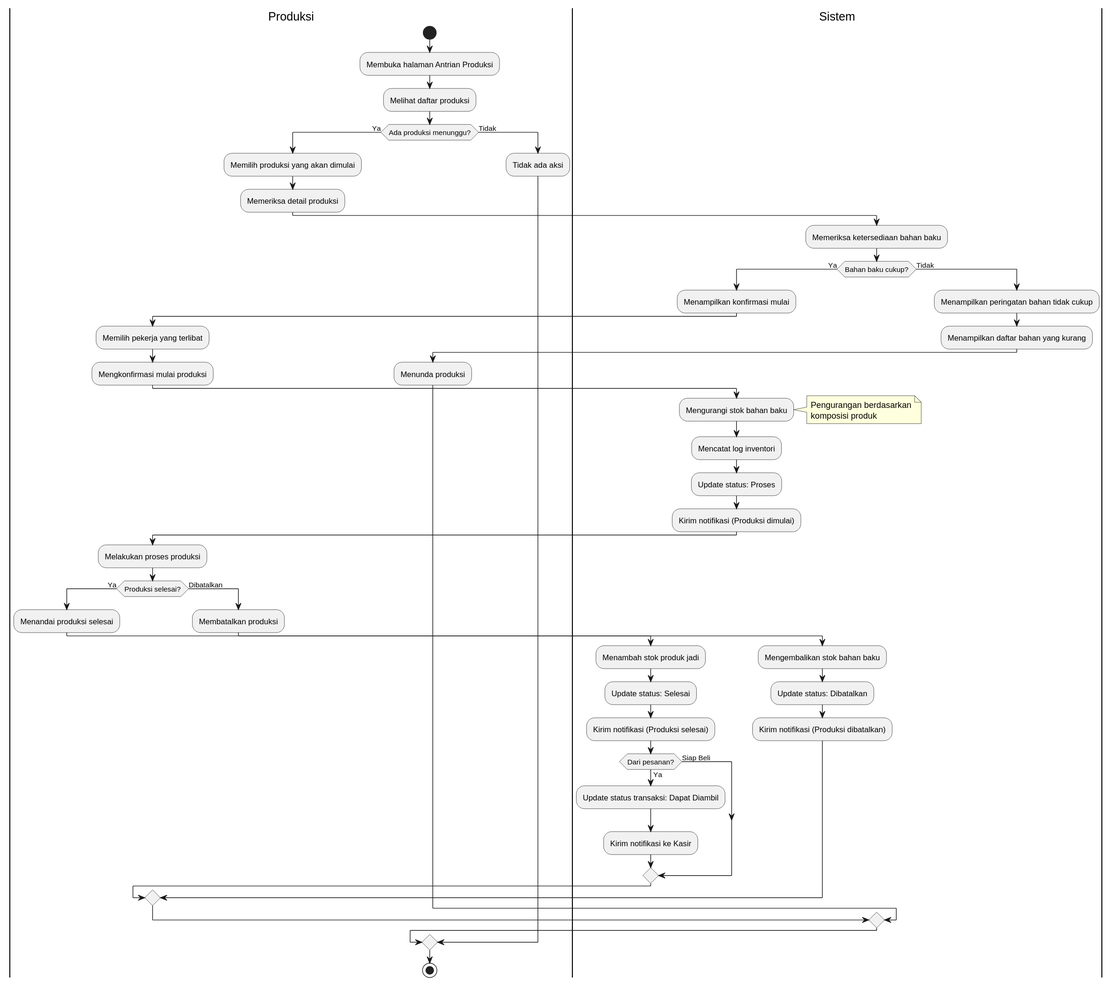
pawon3d/pawon3d keeps this PlantUML diagram as docs/diagrams/svg/activity/Activity Diagram - Proses Produksi.svg. Above is the earlier version.
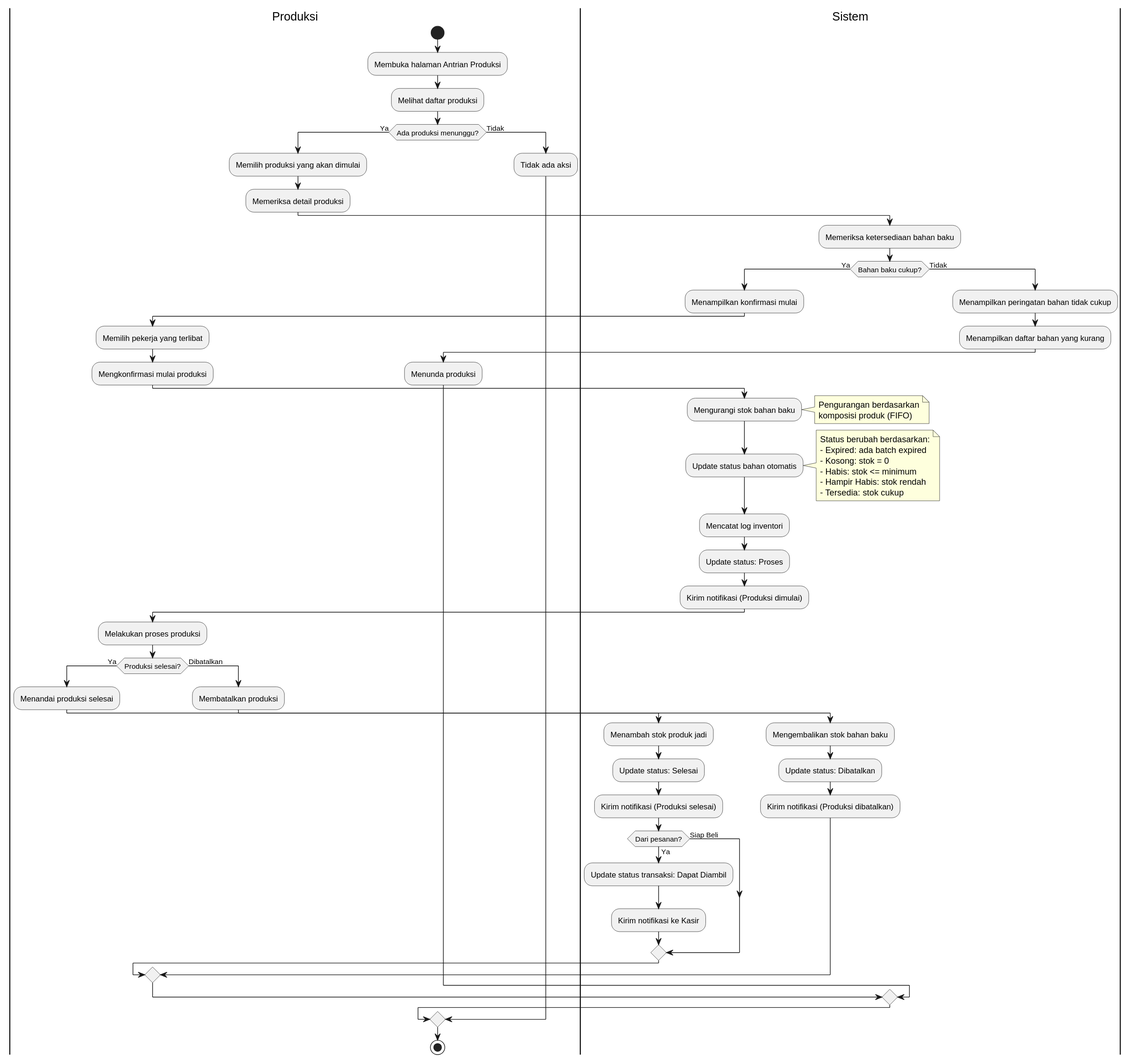
The same diagram one commit later.

Diff of the diagram source:
```diff
@@ -22,7 +22,16 @@
         :Mengurangi stok bahan baku;
         note right
           Pengurangan berdasarkan
-          komposisi produk
+          komposisi produk (FIFO)
+        end note
+        :Update status bahan otomatis;
+        note right
+          Status berubah berdasarkan:
+          - Expired: ada batch expired
+          - Kosong: stok = 0
+          - Habis: stok <= minimum
+          - Hampir Habis: stok rendah
+          - Tersedia: stok cukup
         end note
         :Mencatat log inventori;
         :Update status: Proses;
```
